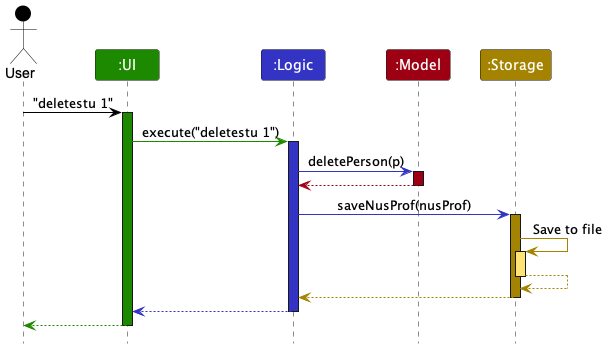
This is docs/images/ArchitectureSequenceDiagram.png from nus-cs2103-AY2223S1/tp, a PlantUML export, as it was before one commit.
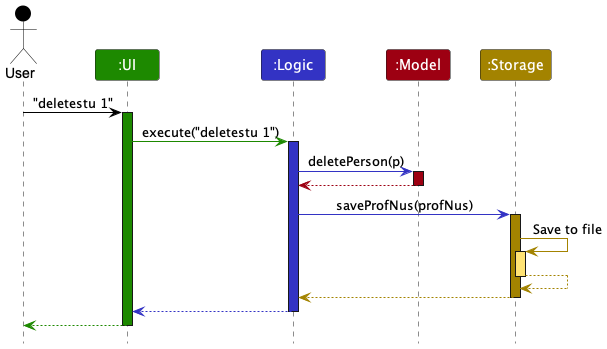
Above is the later version.

What changed in the source:
```diff
@@ -19,7 +19,7 @@
 model -[MODEL_COLOR]-> logic
 deactivate model
 
-logic -[LOGIC_COLOR]> storage : saveNusProf(nusProf)
+logic -[LOGIC_COLOR]> storage : saveProfNus(profNus)
 activate storage STORAGE_COLOR
 
 storage -[STORAGE_COLOR]> storage : Save to file
```
